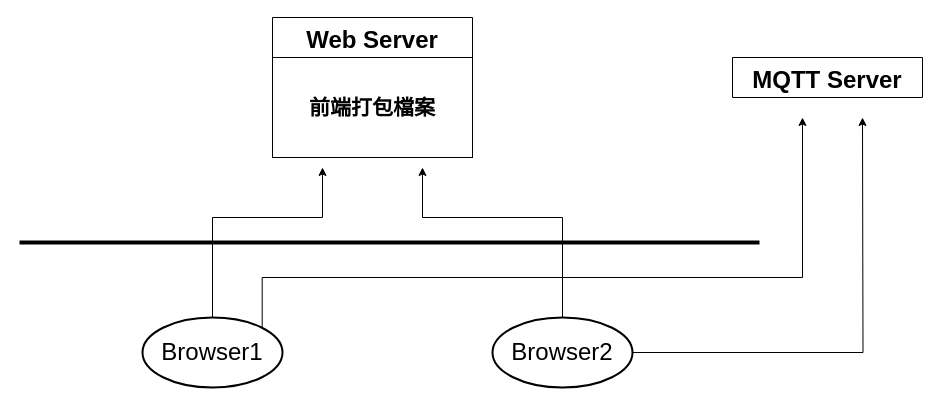
This is Test.drawio from class90431/chrome-diagrams, a draw.io file, before an edit. Source tidied: cells renumbered, new cells numbered last; positions are measured from the earlier drawing's top-left corner, leaving out a move shared by most shapes. Both pictures are drawn from the tidied source at 100%, with x=0, y=0 at pixel (19, 17).
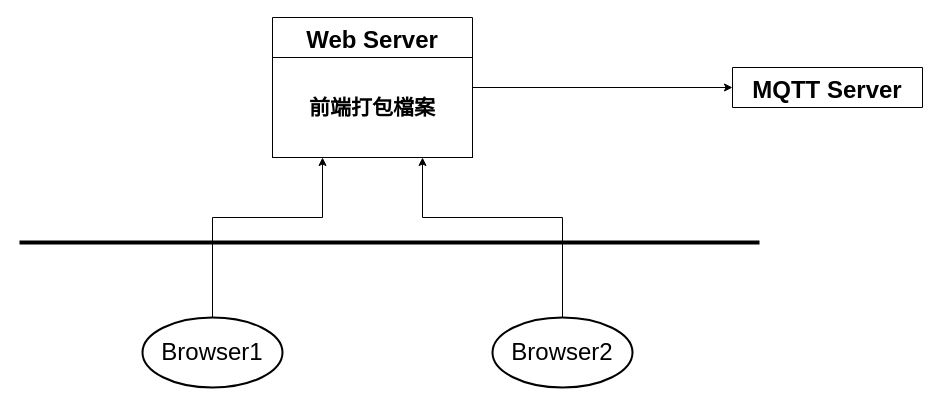
The same diagram, later.

Diff of the diagram source:
```diff
@@
 <mxGraphModel>
   <root>
     <mxCell id="0" />
     <mxCell id="1" parent="0" />
+    <mxCell id="12" style="edgeStyle=orthogonalEdgeStyle;rounded=0;jettySize=auto;html=1;exitX=1;exitY=0.5;exitDx=0;exitDy=0;entryX=0;entryY=0.5;entryDx=0;entryDy=0;" parent="1" edge="1" source="2" target="11">
+      <mxGeometry relative="1" as="geometry" />
+    </mxCell>
     <mxCell id="2" value="Web Server" style="swimlane;startSize=40;fontSize=24;" parent="1" vertex="1">
       <mxGeometry x="253" width="200" height="140" as="geometry" />
     </mxCell>
     <mxCell id="3" value="&lt;b&gt;&lt;font style=&quot;font-size: 21px&quot;&gt;前端打包檔案&lt;/font&gt;&lt;/b&gt;" style="whiteSpace=wrap;html=1;" parent="1" vertex="1">
       <mxGeometry x="253" y="40" width="200" height="100" as="geometry" />
     </mxCell>
     <mxCell id="4" style="line;strokeWidth=4;html=1;perimeter=backbonePerimeter;fontSize=24;" parent="1" vertex="1">
       <mxGeometry y="220" width="740" height="10" as="geometry" />
     </mxCell>
-    <mxCell id="5" style="edgeStyle=orthogonalEdgeStyle;rounded=0;jettySize=auto;html=1;exitX=0.855;exitY=0.145;exitDx=0;exitDy=0;exitPerimeter=0;fontSize=24;" parent="1" edge="1" source="7">
-      <mxGeometry relative="1" as="geometry">
-        <mxPoint x="783" y="100" as="targetPoint" />
-        <Array as="points">
-          <mxPoint x="243" y="260" />
-          <mxPoint x="783" y="260" />
-        </Array>
-      </mxGeometry>
-    </mxCell>
-    <mxCell id="6" style="edgeStyle=orthogonalEdgeStyle;rounded=0;jettySize=auto;html=1;exitX=0.5;exitY=0;exitDx=0;exitDy=0;exitPerimeter=0;fontSize=24;" parent="1" edge="1" source="7">
+    <mxCell id="6" style="edgeStyle=orthogonalEdgeStyle;rounded=0;jettySize=auto;html=1;exitX=0.5;exitY=0;exitDx=0;exitDy=0;exitPerimeter=0;fontSize=24;entryX=0.25;entryY=1;entryDx=0;entryDy=0;" parent="1" edge="1" source="7" target="3">
       <mxGeometry relative="1" as="geometry">
-        <mxPoint x="303" y="150" as="targetPoint" />
         <Array as="points">
           <mxPoint x="193" y="200" />
           <mxPoint x="303" y="200" />
         </Array>
       </mxGeometry>
     </mxCell>
     <mxCell id="7" value="Browser1" style="strokeWidth=2;html=1;shape=mxgraph.flowchart.start_1;whiteSpace=wrap;fontSize=24;" parent="1" vertex="1">
       <mxGeometry x="123" y="300" width="140" height="70" as="geometry" />
     </mxCell>
-    <mxCell id="8" style="edgeStyle=orthogonalEdgeStyle;rounded=0;jettySize=auto;html=1;exitX=1;exitY=0.5;exitDx=0;exitDy=0;exitPerimeter=0;fontSize=24;" parent="1" edge="1" source="10">
-      <mxGeometry relative="1" as="geometry">
-        <mxPoint x="843" y="100" as="targetPoint" />
-      </mxGeometry>
-    </mxCell>
-    <mxCell id="9" style="edgeStyle=orthogonalEdgeStyle;rounded=0;jettySize=auto;html=1;exitX=0.5;exitY=0;exitDx=0;exitDy=0;exitPerimeter=0;fontSize=24;" parent="1" edge="1" source="10">
+    <mxCell id="9" style="edgeStyle=orthogonalEdgeStyle;rounded=0;jettySize=auto;html=1;exitX=0.5;exitY=0;exitDx=0;exitDy=0;exitPerimeter=0;fontSize=24;entryX=0.75;entryY=1;entryDx=0;entryDy=0;" parent="1" edge="1" source="10" target="3">
       <mxGeometry relative="1" as="geometry">
-        <mxPoint x="403" y="150" as="targetPoint" />
         <Array as="points">
           <mxPoint x="543" y="200" />
           <mxPoint x="403" y="200" />
         </Array>
       </mxGeometry>
     </mxCell>
     <mxCell id="10" value="Browser2" style="strokeWidth=2;html=1;shape=mxgraph.flowchart.start_1;whiteSpace=wrap;fontSize=24;" parent="1" vertex="1">
       <mxGeometry x="473" y="300" width="140" height="70" as="geometry" />
     </mxCell>
     <mxCell id="11" value="MQTT Server" style="swimlane;startSize=40;fontSize=24;" parent="1" vertex="1">
-      <mxGeometry x="713" y="40" width="190" height="40" as="geometry" />
+      <mxGeometry x="713" y="50" width="190" height="40" as="geometry" />
     </mxCell>
   </root>
 </mxGraphModel>
```
